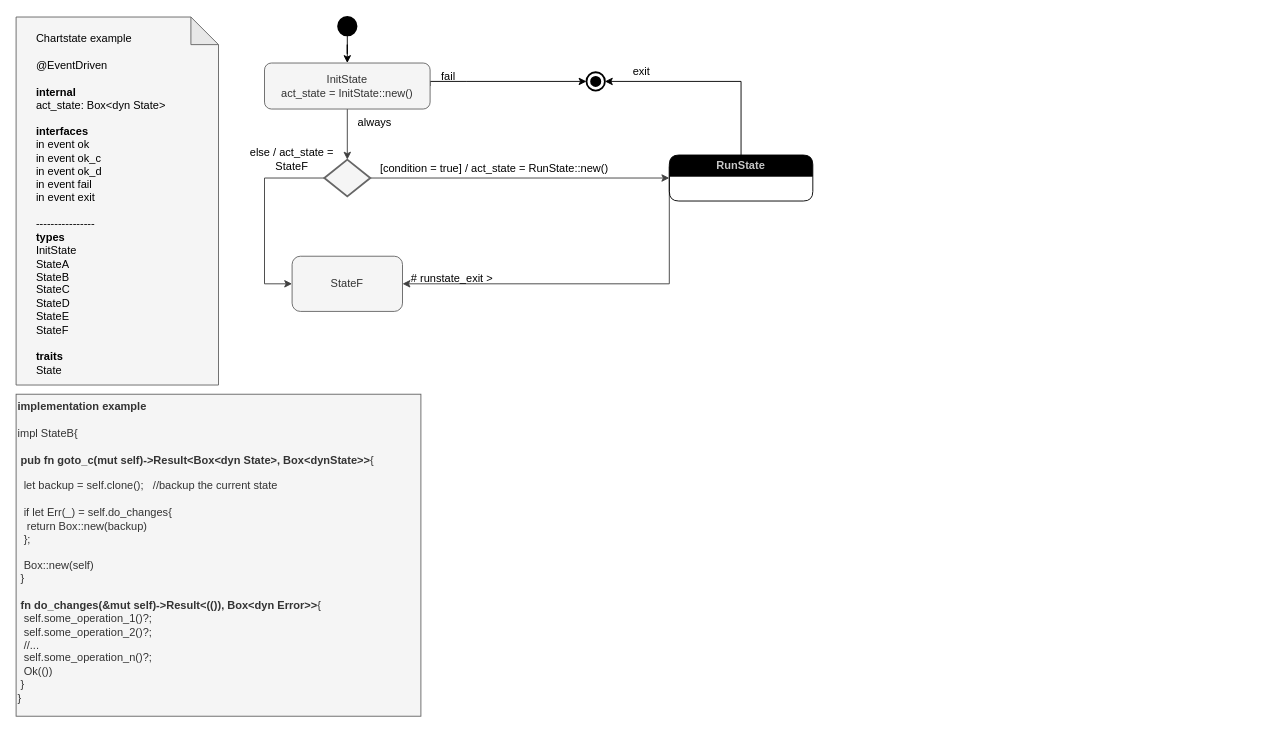
Mazurovskyi/diagrams keeps this draw.io diagram as Untitled Diagram.drawio. Above is the earlier version. Source tidied: cells renumbered, new cells numbered last; positions are measured from the earlier drawing's top-left corner, leaving out a move shared by most shapes. Both pictures are drawn from the tidied source at 92%, with x=0, y=0 at pixel (16, 17).
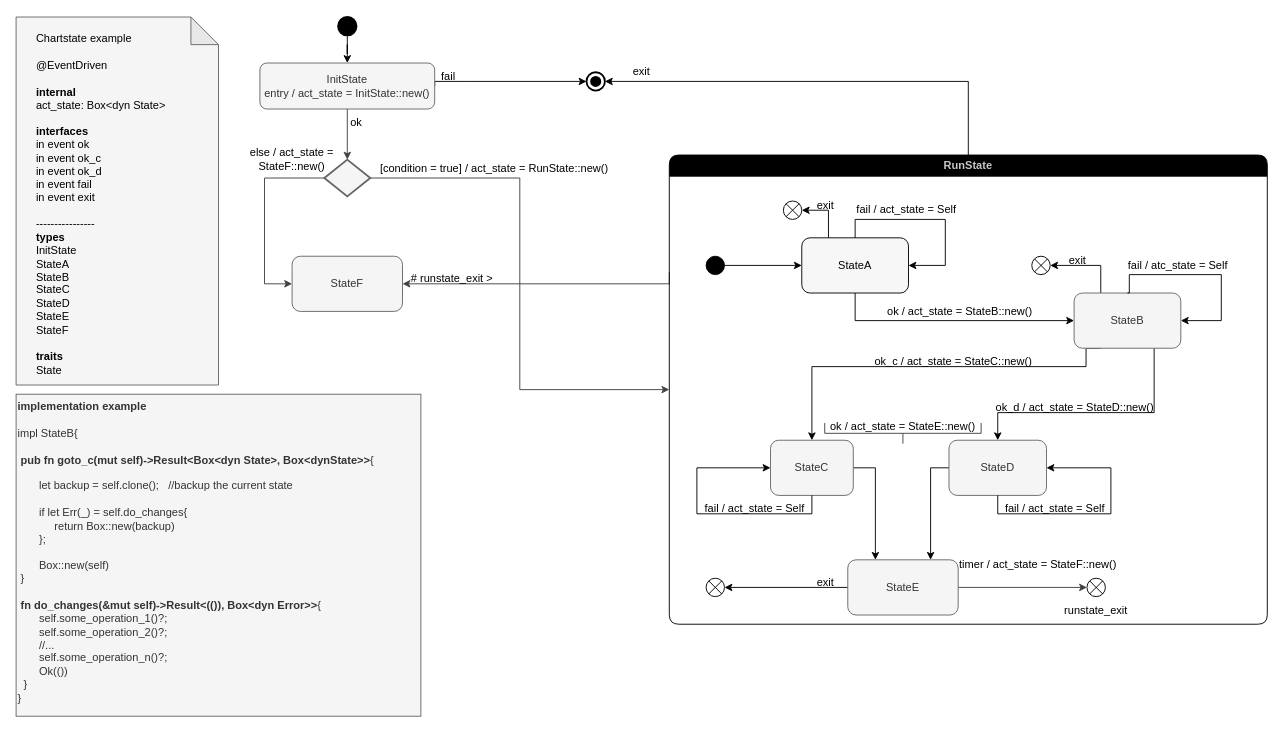
Above is the later version.

Change to the diagram source:
```diff
@@
-    <mxCell id="4" value="&lt;div&gt;InitState&lt;/div&gt;&lt;div&gt;act_state = InitState::new()&lt;br&gt;&lt;/div&gt;" style="rounded=1;whiteSpace=wrap;html=1;fontSize=12;glass=0;strokeWidth=1;shadow=0;fillColor=#f5f5f5;fontColor=#333333;strokeColor=#666666;" parent="1" vertex="1">
-      <mxGeometry x="270" y="50" width="180" height="50" as="geometry" />
+    <mxCell id="4" value="&lt;div&gt;InitState&lt;/div&gt;&lt;div&gt;entry / act_state = InitState::new()&lt;br&gt;&lt;/div&gt;" style="rounded=1;whiteSpace=wrap;html=1;fontSize=12;glass=0;strokeWidth=1;shadow=0;fillColor=#f5f5f5;fontColor=#333333;strokeColor=#666666;" parent="1" vertex="1">
+      <mxGeometry x="265" y="50" width="190" height="50" as="geometry" />
     </mxCell>
@@
-    <mxCell id="9" value="&lt;font color=&quot;#C7C7C7&quot;&gt;RunState&lt;/font&gt;" style="swimlane;whiteSpace=wrap;html=1;fillColor=#000000;rounded=1;" parent="1" vertex="1" collapsed="1">
-      <mxGeometry x="710" y="150" width="156" height="50" as="geometry" />
+    <mxCell id="9" value="&lt;font color=&quot;#C7C7C7&quot;&gt;RunState&lt;/font&gt;" style="swimlane;whiteSpace=wrap;html=1;fillColor=#000000;rounded=1;" parent="1" vertex="1">
+      <mxGeometry x="710" y="150" width="650" height="510" as="geometry" />
     </mxCell>
+    <mxCell id="25" style="edgeStyle=orthogonalEdgeStyle;rounded=0;jettySize=auto;html=1;exitX=0.5;exitY=1;exitDx=0;exitDy=0;entryX=0;entryY=0.5;entryDx=0;entryDy=0;strokeColor=default;fontColor=#000000;" parent="9" edge="1" source="27" target="40">
+      <mxGeometry relative="1" as="geometry" />
+    </mxCell>
+    <mxCell id="26" style="edgeStyle=orthogonalEdgeStyle;rounded=0;jettySize=auto;html=1;exitX=0.25;exitY=0;exitDx=0;exitDy=0;entryX=1;entryY=0.5;entryDx=0;entryDy=0;entryPerimeter=0;strokeColor=default;fontColor=#000000;" parent="9" edge="1" source="27" target="52">
+      <mxGeometry relative="1" as="geometry" />
+    </mxCell>
+    <mxCell id="27" value="&lt;div&gt;StateA&lt;/div&gt;" style="whiteSpace=wrap;html=1;fontColor=#000000;fillColor=#F7F7F7;rounded=1;" parent="9" vertex="1">
+      <mxGeometry x="144" y="90" width="116" height="60" as="geometry" />
+    </mxCell>
+    <mxCell id="28" style="edgeStyle=orthogonalEdgeStyle;rounded=0;jettySize=auto;html=1;entryX=0;entryY=0.5;entryDx=0;entryDy=0;strokeColor=default;fontColor=#000000;exitX=1;exitY=0.5;exitDx=0;exitDy=0;" parent="9" edge="1" source="29" target="27">
+      <mxGeometry relative="1" as="geometry" />
+    </mxCell>
+    <mxCell id="29" style="ellipse;whiteSpace=wrap;html=1;rounded=1;fontColor=#000000;fillColor=#000000;" parent="9" vertex="1">
+      <mxGeometry x="40" y="110" width="20" height="20" as="geometry" />
+    </mxCell>
+    <mxCell id="30" value="ok / act_state = StateB::new()" style="text;strokeColor=none;align=center;fillColor=none;html=1;verticalAlign=middle;whiteSpace=wrap;rounded=0;fontColor=#000000;" parent="9" vertex="1">
+      <mxGeometry x="217.9" y="150" width="196" height="40" as="geometry" />
+    </mxCell>
+    <mxCell id="31" value="fail / act_state = Self" style="text;strokeColor=none;align=center;fillColor=none;html=1;verticalAlign=middle;whiteSpace=wrap;rounded=0;fontColor=#000000;" parent="9" vertex="1">
+      <mxGeometry x="200" y="45" width="116" height="30" as="geometry" />
+    </mxCell>
+    <mxCell id="32" style="edgeStyle=orthogonalEdgeStyle;rounded=0;jettySize=auto;html=1;exitX=0;exitY=0.5;exitDx=0;exitDy=0;entryX=0.75;entryY=0;entryDx=0;entryDy=0;strokeColor=default;fontColor=#000000;startArrow=none;startFill=0;endArrow=classic;endFill=1;" parent="9" edge="1" source="33" target="45">
+      <mxGeometry relative="1" as="geometry" />
+    </mxCell>
+    <mxCell id="33" value="&lt;div&gt;StateD&lt;/div&gt;" style="whiteSpace=wrap;html=1;rounded=1;fontColor=#333333;fillColor=#f5f5f5;strokeColor=#666666;" parent="9" vertex="1">
+      <mxGeometry x="304" y="310" width="106" height="60" as="geometry" />
+    </mxCell>
+    <mxCell id="34" style="edgeStyle=orthogonalEdgeStyle;rounded=0;jettySize=auto;html=1;exitX=1;exitY=0.5;exitDx=0;exitDy=0;entryX=0.25;entryY=0;entryDx=0;entryDy=0;strokeColor=default;fontColor=#000000;startArrow=none;startFill=0;endArrow=classic;endFill=1;" parent="9" edge="1" source="35" target="45">
+      <mxGeometry relative="1" as="geometry" />
+    </mxCell>
+    <mxCell id="35" value="&lt;div&gt;StateC&lt;/div&gt;" style="whiteSpace=wrap;html=1;rounded=1;fontColor=#333333;fillColor=#f5f5f5;strokeColor=#666666;" parent="9" vertex="1">
+      <mxGeometry x="110" y="310" width="90" height="60" as="geometry" />
+    </mxCell>
+    <mxCell id="36" value="ok_c / act_state = StateC::new()" style="text;strokeColor=none;align=center;fillColor=none;html=1;verticalAlign=middle;whiteSpace=wrap;rounded=0;fontColor=#000000;" parent="9" vertex="1">
+      <mxGeometry x="194" y="210" width="230" height="30" as="geometry" />
+    </mxCell>
+    <mxCell id="37" style="edgeStyle=orthogonalEdgeStyle;rounded=0;jettySize=auto;html=1;exitX=0.25;exitY=0;exitDx=0;exitDy=0;entryX=1;entryY=0.5;entryDx=0;entryDy=0;entryPerimeter=0;strokeColor=default;fontColor=#000000;" parent="9" edge="1" source="40" target="51">
+      <mxGeometry relative="1" as="geometry" />
+    </mxCell>
+    <mxCell id="38" style="edgeStyle=orthogonalEdgeStyle;rounded=0;jettySize=auto;html=1;exitX=0.75;exitY=1;exitDx=0;exitDy=0;entryX=0.5;entryY=0;entryDx=0;entryDy=0;strokeColor=default;fontColor=#000000;startArrow=none;startFill=0;endArrow=classic;endFill=1;" parent="9" edge="1" source="40" target="33">
+      <mxGeometry relative="1" as="geometry">
+        <Array as="points">
+          <mxPoint x="527" y="280" />
+          <mxPoint x="357" y="280" />
+        </Array>
+      </mxGeometry>
+    </mxCell>
+    <mxCell id="39" style="edgeStyle=orthogonalEdgeStyle;rounded=0;jettySize=auto;html=1;exitX=0.25;exitY=1;exitDx=0;exitDy=0;entryX=0.5;entryY=0;entryDx=0;entryDy=0;strokeColor=default;fontColor=#000000;startArrow=none;startFill=0;endArrow=classic;endFill=1;" parent="9" edge="1" source="40" target="35">
+      <mxGeometry relative="1" as="geometry">
+        <Array as="points">
+          <mxPoint x="453" y="230" />
+          <mxPoint x="155" y="230" />
+        </Array>
+      </mxGeometry>
+    </mxCell>
+    <mxCell id="40" value="&lt;div&gt;StateB&lt;/div&gt;" style="whiteSpace=wrap;html=1;rounded=1;fontColor=#333333;fillColor=#f5f5f5;strokeColor=#666666;" parent="9" vertex="1">
+      <mxGeometry x="440" y="150" width="116" height="60" as="geometry" />
+    </mxCell>
+    <mxCell id="41" value="ok_d / act_state = StateD::new()" style="text;strokeColor=none;align=center;fillColor=none;html=1;verticalAlign=middle;whiteSpace=wrap;rounded=0;fontColor=#000000;" parent="9" vertex="1">
+      <mxGeometry x="326" y="260" width="230" height="30" as="geometry" />
+    </mxCell>
+    <mxCell id="42" value="fail / atc_state = Self" style="text;strokeColor=none;align=center;fillColor=none;html=1;verticalAlign=middle;whiteSpace=wrap;rounded=0;fontColor=#000000;" parent="9" vertex="1">
+      <mxGeometry x="460" y="105" width="186" height="30" as="geometry" />
+    </mxCell>
+    <mxCell id="43" style="edgeStyle=orthogonalEdgeStyle;rounded=0;jettySize=auto;html=1;exitX=0;exitY=0.5;exitDx=0;exitDy=0;entryX=1;entryY=0.5;entryDx=0;entryDy=0;entryPerimeter=0;strokeColor=default;fontColor=#000000;" parent="9" edge="1" source="45" target="49">
+      <mxGeometry relative="1" as="geometry" />
+    </mxCell>
+    <mxCell id="44" style="edgeStyle=orthogonalEdgeStyle;rounded=0;jettySize=auto;html=1;exitX=1;exitY=0.5;exitDx=0;exitDy=0;entryX=0;entryY=0.5;entryDx=0;entryDy=0;entryPerimeter=0;strokeColor=#404040;fontColor=#000000;startArrow=none;startFill=0;endArrow=classic;endFill=1;" parent="9" edge="1" source="45" target="60">
+      <mxGeometry relative="1" as="geometry" />
+    </mxCell>
+    <mxCell id="45" value="&lt;div&gt;StateE&lt;/div&gt;" style="whiteSpace=wrap;html=1;rounded=1;fontColor=#333333;fillColor=#f5f5f5;strokeColor=#666666;" parent="9" vertex="1">
+      <mxGeometry x="194" y="440" width="120" height="60" as="geometry" />
+    </mxCell>
+    <mxCell id="46" value="ok / act_state = StateE::new()" style="text;strokeColor=none;align=center;fillColor=none;html=1;verticalAlign=middle;whiteSpace=wrap;rounded=0;fontColor=#000000;" parent="9" vertex="1">
+      <mxGeometry x="149" y="280" width="210" height="30" as="geometry" />
+    </mxCell>
+    <mxCell id="47" value="fail / act_state = Self" style="text;strokeColor=none;align=center;fillColor=none;html=1;verticalAlign=middle;whiteSpace=wrap;rounded=0;fontColor=#000000;" parent="9" vertex="1">
+      <mxGeometry x="363.5" y="370" width="111" height="30" as="geometry" />
+    </mxCell>
+    <mxCell id="48" value="fail / act_state = Self" style="text;strokeColor=none;align=center;fillColor=none;html=1;verticalAlign=middle;whiteSpace=wrap;rounded=0;fontColor=#000000;" parent="9" vertex="1">
+      <mxGeometry x="33" y="370" width="120" height="30" as="geometry" />
+    </mxCell>
+    <mxCell id="49" style="verticalLabelPosition=bottom;verticalAlign=top;html=1;shape=mxgraph.flowchart.or;rounded=1;fontColor=#000000;fillColor=none;" parent="9" vertex="1">
+      <mxGeometry x="40" y="460" width="20" height="20" as="geometry" />
+    </mxCell>
+    <mxCell id="50" value="exit" style="text;strokeColor=none;align=center;fillColor=none;html=1;verticalAlign=middle;whiteSpace=wrap;rounded=0;fontColor=#000000;" parent="9" vertex="1">
+      <mxGeometry x="140" y="450" width="60" height="30" as="geometry" />
+    </mxCell>
+    <mxCell id="51" style="verticalLabelPosition=bottom;verticalAlign=top;html=1;shape=mxgraph.flowchart.or;rounded=1;fontColor=#000000;fillColor=none;" parent="9" vertex="1">
+      <mxGeometry x="394" y="110" width="20" height="20" as="geometry" />
+    </mxCell>
+    <mxCell id="52" style="verticalLabelPosition=bottom;verticalAlign=top;html=1;shape=mxgraph.flowchart.or;rounded=1;fontColor=#000000;fillColor=none;" parent="9" vertex="1">
+      <mxGeometry x="124" y="50" width="20" height="20" as="geometry" />
+    </mxCell>
+    <mxCell id="53" value="exit" style="text;strokeColor=none;align=center;fillColor=none;html=1;verticalAlign=middle;whiteSpace=wrap;rounded=0;fontColor=#000000;" parent="9" vertex="1">
+      <mxGeometry x="140" y="40" width="60" height="30" as="geometry" />
+    </mxCell>
+    <mxCell id="54" value="exit" style="text;strokeColor=none;align=center;fillColor=none;html=1;verticalAlign=middle;whiteSpace=wrap;rounded=0;fontColor=#000000;" parent="9" vertex="1">
+      <mxGeometry x="414" y="100" width="60" height="30" as="geometry" />
+    </mxCell>
+    <mxCell id="55" style="edgeStyle=orthogonalEdgeStyle;rounded=0;orthogonalLoop=1;jettySize=auto;html=1;exitX=0.5;exitY=0;exitDx=0;exitDy=0;entryX=1;entryY=0.5;entryDx=0;entryDy=0;strokeColor=default;fontColor=#000000;startArrow=none;startFill=0;endArrow=classic;endFill=1;" parent="9" edge="1" source="27" target="27">
+      <mxGeometry relative="1" as="geometry">
+        <Array as="points">
+          <mxPoint x="202" y="70" />
+          <mxPoint x="300" y="70" />
+          <mxPoint x="300" y="120" />
+        </Array>
+      </mxGeometry>
+    </mxCell>
+    <mxCell id="56" style="edgeStyle=orthogonalEdgeStyle;rounded=0;orthogonalLoop=1;jettySize=auto;html=1;exitX=0.5;exitY=0;exitDx=0;exitDy=0;entryX=1;entryY=0.5;entryDx=0;entryDy=0;strokeColor=default;fontColor=#000000;startArrow=none;startFill=0;endArrow=classic;endFill=1;" parent="9" edge="1" source="40" target="40">
+      <mxGeometry relative="1" as="geometry">
+        <Array as="points">
+          <mxPoint x="500" y="150" />
+          <mxPoint x="500" y="130" />
+          <mxPoint x="600" y="130" />
+          <mxPoint x="600" y="180" />
+        </Array>
+      </mxGeometry>
+    </mxCell>
+    <mxCell id="57" style="edgeStyle=orthogonalEdgeStyle;rounded=0;orthogonalLoop=1;jettySize=auto;html=1;exitX=0.5;exitY=1;exitDx=0;exitDy=0;entryX=1;entryY=0.5;entryDx=0;entryDy=0;strokeColor=default;fontColor=#000000;startArrow=none;startFill=0;endArrow=classic;endFill=1;" parent="9" edge="1" source="33" target="33">
+      <mxGeometry relative="1" as="geometry">
+        <Array as="points">
+          <mxPoint x="357" y="390" />
+          <mxPoint x="480" y="390" />
+          <mxPoint x="480" y="340" />
+        </Array>
+      </mxGeometry>
+    </mxCell>
+    <mxCell id="58" style="edgeStyle=orthogonalEdgeStyle;rounded=0;orthogonalLoop=1;jettySize=auto;html=1;exitX=0.5;exitY=1;exitDx=0;exitDy=0;entryX=0;entryY=0.5;entryDx=0;entryDy=0;strokeColor=default;fontColor=#000000;startArrow=none;startFill=0;endArrow=classic;endFill=1;" parent="9" edge="1" source="35" target="35">
+      <mxGeometry relative="1" as="geometry">
+        <Array as="points">
+          <mxPoint x="155" y="390" />
+          <mxPoint x="30" y="390" />
+          <mxPoint x="30" y="340" />
+        </Array>
+      </mxGeometry>
+    </mxCell>
+    <mxCell id="59" style="strokeWidth=1;html=1;shape=mxgraph.flowchart.annotation_2;align=left;labelPosition=right;rounded=0;shadow=0;glass=0;sketch=0;fontColor=#000000;fillColor=none;strokeColor=#424242;rotation=-90;" parent="9" vertex="1">
+      <mxGeometry x="242.7" y="217.5" width="22.5" height="170" as="geometry" />
+    </mxCell>
+    <mxCell id="60" style="verticalLabelPosition=bottom;verticalAlign=top;html=1;shape=mxgraph.flowchart.or;rounded=1;fontColor=#000000;fillColor=none;" parent="9" vertex="1">
+      <mxGeometry x="454" y="460" width="20" height="20" as="geometry" />
+    </mxCell>
+    <mxCell id="61" value="timer / act_state = StateF::new()" style="text;strokeColor=none;align=center;fillColor=none;html=1;verticalAlign=middle;whiteSpace=wrap;rounded=0;fontColor=#000000;" parent="9" vertex="1">
+      <mxGeometry x="307.9" y="430" width="186" height="30" as="geometry" />
+    </mxCell>
+    <mxCell id="62" value="runstate_exit" style="text;html=1;strokeColor=none;fillColor=none;align=center;verticalAlign=middle;whiteSpace=wrap;rounded=0;fontColor=#000000;" parent="9" vertex="1">
+      <mxGeometry x="434" y="480" width="60" height="30" as="geometry" />
+    </mxCell>
@@
-    <mxCell id="17" value="&lt;div&gt;&lt;b&gt;implementation example&lt;/b&gt;&lt;/div&gt;&lt;div&gt;&lt;br&gt;&lt;/div&gt;&lt;div&gt;impl StateB{&lt;/div&gt;&lt;div&gt;&lt;br&gt;&lt;/div&gt;&lt;div&gt;&lt;span style=&quot;white-space: pre;&quot;&gt; &lt;b&gt;pub &lt;/b&gt;&lt;/span&gt;&lt;b&gt;fn goto_c(mut self)-&amp;gt;Result&amp;lt;Box&amp;lt;dyn State&amp;gt;, Box&amp;lt;dynState&amp;gt;&amp;gt;&lt;/b&gt;{&lt;/div&gt;&lt;div&gt;&lt;br&gt;&lt;/div&gt;&lt;div&gt;&lt;span style=&quot;white-space: pre;&quot;&gt; &lt;/span&gt;&lt;span style=&quot;white-space: pre;&quot;&gt; &lt;/span&gt;let backup = self.clone();&lt;span style=&quot;white-space: pre;&quot;&gt; &lt;span style=&quot;white-space: pre;&quot;&gt; &lt;/span&gt; //backup the current state&lt;/span&gt;&lt;/div&gt;&lt;div&gt;&lt;br&gt;&lt;/div&gt;&lt;div&gt;&lt;span style=&quot;white-space: pre;&quot;&gt; &lt;/span&gt;&lt;span style=&quot;white-space: pre;&quot;&gt; &lt;/span&gt;if let Err(_) = self.do_changes{&lt;/div&gt;&lt;div&gt;&lt;span style=&quot;white-space: pre;&quot;&gt; &lt;/span&gt;&lt;span style=&quot;white-space: pre;&quot;&gt; &lt;/span&gt;&lt;span style=&quot;white-space: pre;&quot;&gt; &lt;/span&gt;return Box::new(backup)&lt;span style=&quot;white-space: pre;&quot;&gt; &lt;/span&gt;&lt;br&gt;&lt;/div&gt;&lt;div&gt;&lt;span style=&quot;white-space: pre;&quot;&gt; &lt;/span&gt;&lt;span style=&quot;white-space: pre;&quot;&gt; &lt;/span&gt;};&lt;/div&gt;&lt;div&gt;&lt;span style=&quot;white-space: pre;&quot;&gt; &lt;/span&gt;&lt;span style=&quot;white-space: pre;&quot;&gt; &lt;/span&gt;&lt;/div&gt;&lt;div&gt;&lt;span style=&quot;white-space: pre;&quot;&gt; &lt;/span&gt;&lt;span style=&quot;white-space: pre;&quot;&gt; &lt;/span&gt;Box::new(self)&lt;br&gt;&lt;/div&gt;&lt;div&gt;&lt;span style=&quot;white-space: pre;&quot;&gt; &lt;/span&gt;}&lt;/div&gt;&lt;div&gt;&lt;br&gt;&lt;/div&gt;&lt;div&gt;&lt;span style=&quot;white-space: pre;&quot;&gt; &lt;/span&gt;&lt;b&gt;fn do_changes(&amp;amp;mut self)-&amp;gt;Result&amp;lt;(()), Box&amp;lt;dyn Error&amp;gt;&amp;gt;&lt;/b&gt;{&lt;/div&gt;&lt;div&gt;&lt;span style=&quot;white-space: pre;&quot;&gt; &lt;/span&gt;&lt;span style=&quot;white-space: pre;&quot;&gt; &lt;/span&gt;self.some_operation_1()?;&lt;/div&gt;&lt;div&gt;&lt;span style=&quot;white-space: pre;&quot;&gt; &lt;/span&gt;&lt;span style=&quot;white-space: pre;&quot;&gt; &lt;/span&gt;self.some_operation_2()?;&lt;/div&gt;&lt;div&gt;&lt;span style=&quot;white-space: pre;&quot;&gt; &lt;/span&gt;&lt;span style=&quot;white-space: pre;&quot;&gt; &lt;/span&gt;//...&lt;/div&gt;&lt;div&gt;&lt;span style=&quot;white-space: pre;&quot;&gt; &lt;/span&gt;&lt;span style=&quot;white-space: pre;&quot;&gt; &lt;/span&gt;self.some_operation_n()?;&lt;/div&gt;&lt;div&gt;&lt;span style=&quot;white-space: pre;&quot;&gt; &lt;/span&gt;&lt;span style=&quot;white-space: pre;&quot;&gt; &lt;/span&gt;Ok(())&lt;br&gt;&lt;/div&gt;&lt;div&gt;&lt;span style=&quot;white-space: pre;&quot;&gt; &lt;/span&gt;}&lt;br&gt;&lt;/div&gt;&lt;div&gt;}&lt;br&gt;&lt;/div&gt;" style="text;whiteSpace=wrap;html=1;fontColor=#333333;fillColor=#f5f5f5;strokeColor=#666666;glass=0;rounded=0;shadow=0;" parent="1" vertex="1">
+    <mxCell id="17" value="&lt;div&gt;&lt;b&gt;implementation example&lt;/b&gt;&lt;/div&gt;&lt;div&gt;&lt;br&gt;&lt;/div&gt;&lt;div&gt;impl StateB{&lt;/div&gt;&lt;div&gt;&lt;br&gt;&lt;/div&gt;&lt;div&gt;&lt;span style=&quot;white-space: pre;&quot;&gt; &lt;b&gt;pub &lt;/b&gt;&lt;/span&gt;&lt;b&gt;fn goto_c(mut self)-&amp;gt;Result&amp;lt;Box&amp;lt;dyn State&amp;gt;, Box&amp;lt;dynState&amp;gt;&amp;gt;&lt;/b&gt;{&lt;/div&gt;&lt;div&gt;&lt;br&gt;&lt;/div&gt;&lt;div&gt;&lt;span style=&quot;white-space: pre;&quot;&gt; &lt;/span&gt;&lt;span style=&quot;white-space: pre;&quot;&gt; &lt;/span&gt;&amp;nbsp;&amp;nbsp;&amp;nbsp;&amp;nbsp; let backup = self.clone();&lt;span style=&quot;white-space: pre;&quot;&gt; &lt;span style=&quot;white-space: pre;&quot;&gt; &lt;/span&gt; //backup the current state&lt;/span&gt;&lt;/div&gt;&lt;div&gt;&lt;br&gt;&lt;/div&gt;&lt;div&gt;&lt;span style=&quot;white-space: pre;&quot;&gt; &lt;/span&gt;&lt;span style=&quot;white-space: pre;&quot;&gt;      &lt;/span&gt;if let Err(_) = self.do_changes{&lt;/div&gt;&lt;div&gt;&lt;span style=&quot;white-space: pre;&quot;&gt; &lt;/span&gt;&lt;span style=&quot;white-space: pre;&quot;&gt; &lt;/span&gt;&lt;span style=&quot;white-space: pre;&quot;&gt; &lt;/span&gt;&amp;nbsp;&amp;nbsp;&amp;nbsp;&amp;nbsp;&amp;nbsp;&amp;nbsp;&amp;nbsp;&amp;nbsp; return Box::new(backup)&lt;span style=&quot;white-space: pre;&quot;&gt; &lt;/span&gt;&lt;br&gt;&lt;/div&gt;&lt;div&gt;&lt;span style=&quot;white-space: pre;&quot;&gt; &lt;/span&gt;&lt;span style=&quot;white-space: pre;&quot;&gt; &lt;/span&gt;&amp;nbsp;&amp;nbsp;&amp;nbsp;&amp;nbsp; };&lt;/div&gt;&lt;div&gt;&lt;span style=&quot;white-space: pre;&quot;&gt; &lt;/span&gt;&lt;span style=&quot;white-space: pre;&quot;&gt; &lt;/span&gt;&lt;/div&gt;&lt;div&gt;&lt;span style=&quot;white-space: pre;&quot;&gt; &lt;/span&gt;&lt;span style=&quot;white-space: pre;&quot;&gt; &lt;/span&gt;&amp;nbsp;&amp;nbsp;&amp;nbsp;&amp;nbsp; Box::new(self)&lt;br&gt;&lt;/div&gt;&lt;div&gt;&lt;span style=&quot;white-space: pre;&quot;&gt; &lt;/span&gt;}&lt;/div&gt;&lt;div&gt;&lt;br&gt;&lt;/div&gt;&lt;div&gt;&lt;span style=&quot;white-space: pre;&quot;&gt; &lt;/span&gt;&lt;b&gt;fn do_changes(&amp;amp;mut self)-&amp;gt;Result&amp;lt;(()), Box&amp;lt;dyn Error&amp;gt;&amp;gt;&lt;/b&gt;{&lt;/div&gt;&lt;div&gt;&lt;span style=&quot;white-space: pre;&quot;&gt; &lt;/span&gt;&lt;span style=&quot;white-space: pre;&quot;&gt; &lt;/span&gt;&amp;nbsp;&amp;nbsp;&amp;nbsp;&amp;nbsp; self.some_operation_1()?;&lt;/div&gt;&lt;div&gt;&lt;span style=&quot;white-space: pre;&quot;&gt; &lt;/span&gt;&lt;span style=&quot;white-space: pre;&quot;&gt; &lt;/span&gt;&amp;nbsp;&amp;nbsp;&amp;nbsp;&amp;nbsp; self.some_operation_2()?;&lt;/div&gt;&lt;div&gt;&lt;span style=&quot;white-space: pre;&quot;&gt; &lt;/span&gt;&lt;span style=&quot;white-space: pre;&quot;&gt;      &lt;/span&gt;//...&lt;/div&gt;&lt;div&gt;&lt;span style=&quot;white-space: pre;&quot;&gt; &lt;/span&gt;&lt;span style=&quot;white-space: pre;&quot;&gt; &lt;/span&gt;&amp;nbsp;&amp;nbsp;&amp;nbsp;&amp;nbsp; self.some_operation_n()?;&lt;/div&gt;&lt;div&gt;&lt;span style=&quot;white-space: pre;&quot;&gt; &lt;/span&gt;&lt;span style=&quot;white-space: pre;&quot;&gt; &lt;/span&gt;&amp;nbsp;&amp;nbsp;&amp;nbsp;&amp;nbsp; Ok(())&lt;br&gt;&lt;/div&gt;&lt;div&gt;&lt;span style=&quot;white-space: pre;&quot;&gt; &lt;/span&gt; }&lt;br&gt;&lt;/div&gt;&lt;div&gt;}&lt;br&gt;&lt;/div&gt;" style="text;whiteSpace=wrap;html=1;fontColor=#333333;fillColor=#f5f5f5;strokeColor=#666666;glass=0;rounded=0;shadow=0;" parent="1" vertex="1">
       <mxGeometry y="410" width="440" height="350" as="geometry" />
     </mxCell>
@@
-    <mxCell id="21" value="always" style="text;html=1;strokeColor=none;fillColor=none;align=center;verticalAlign=middle;whiteSpace=wrap;rounded=0;fontColor=#000000;" parent="1" vertex="1">
-      <mxGeometry x="360" y="100" width="60" height="30" as="geometry" />
+    <mxCell id="21" value="ok" style="text;html=1;strokeColor=none;fillColor=none;align=center;verticalAlign=middle;whiteSpace=wrap;rounded=0;fontColor=#000000;" parent="1" vertex="1">
+      <mxGeometry x="340" y="100" width="60" height="30" as="geometry" />
     </mxCell>
-    <mxCell id="22" value="else / act_state = StateF" style="text;strokeColor=none;align=center;fillColor=none;html=1;verticalAlign=middle;whiteSpace=wrap;rounded=0;fontColor=#000000;" parent="1" vertex="1">
+    <mxCell id="22" value="else / act_state = StateF::new()" style="text;strokeColor=none;align=center;fillColor=none;html=1;verticalAlign=middle;whiteSpace=wrap;rounded=0;fontColor=#000000;" parent="1" vertex="1">
       <mxGeometry x="240" y="140" width="120" height="30" as="geometry" />
     </mxCell>
```
